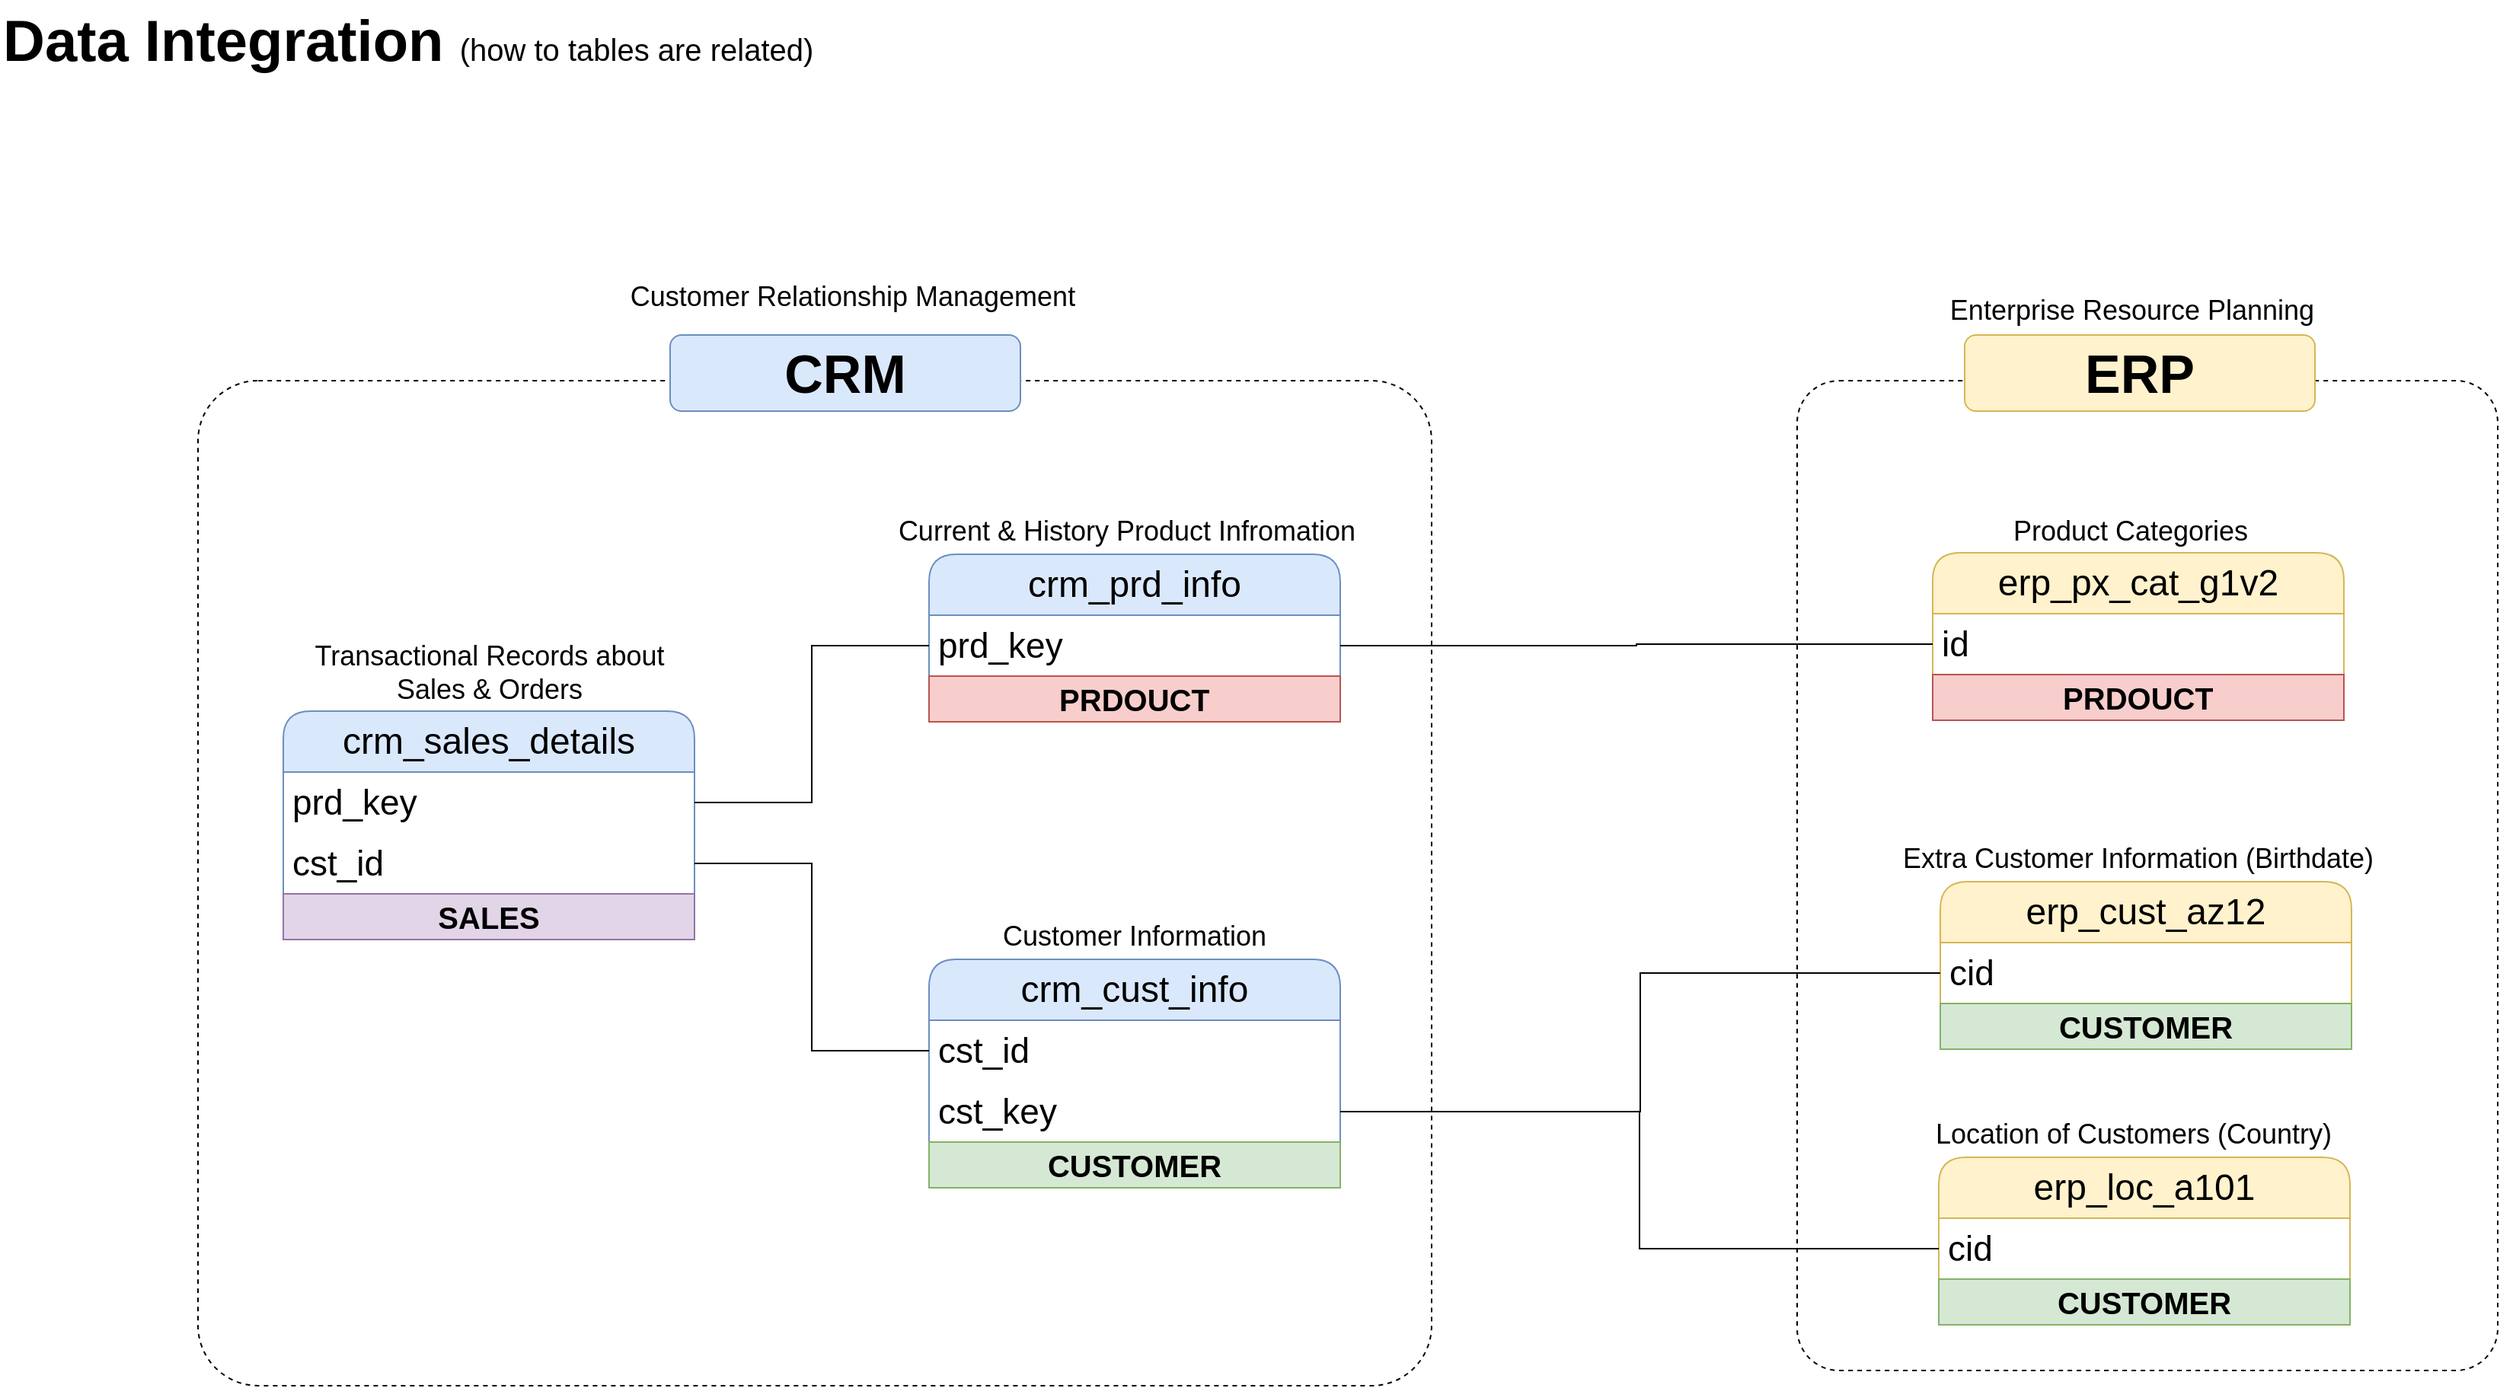
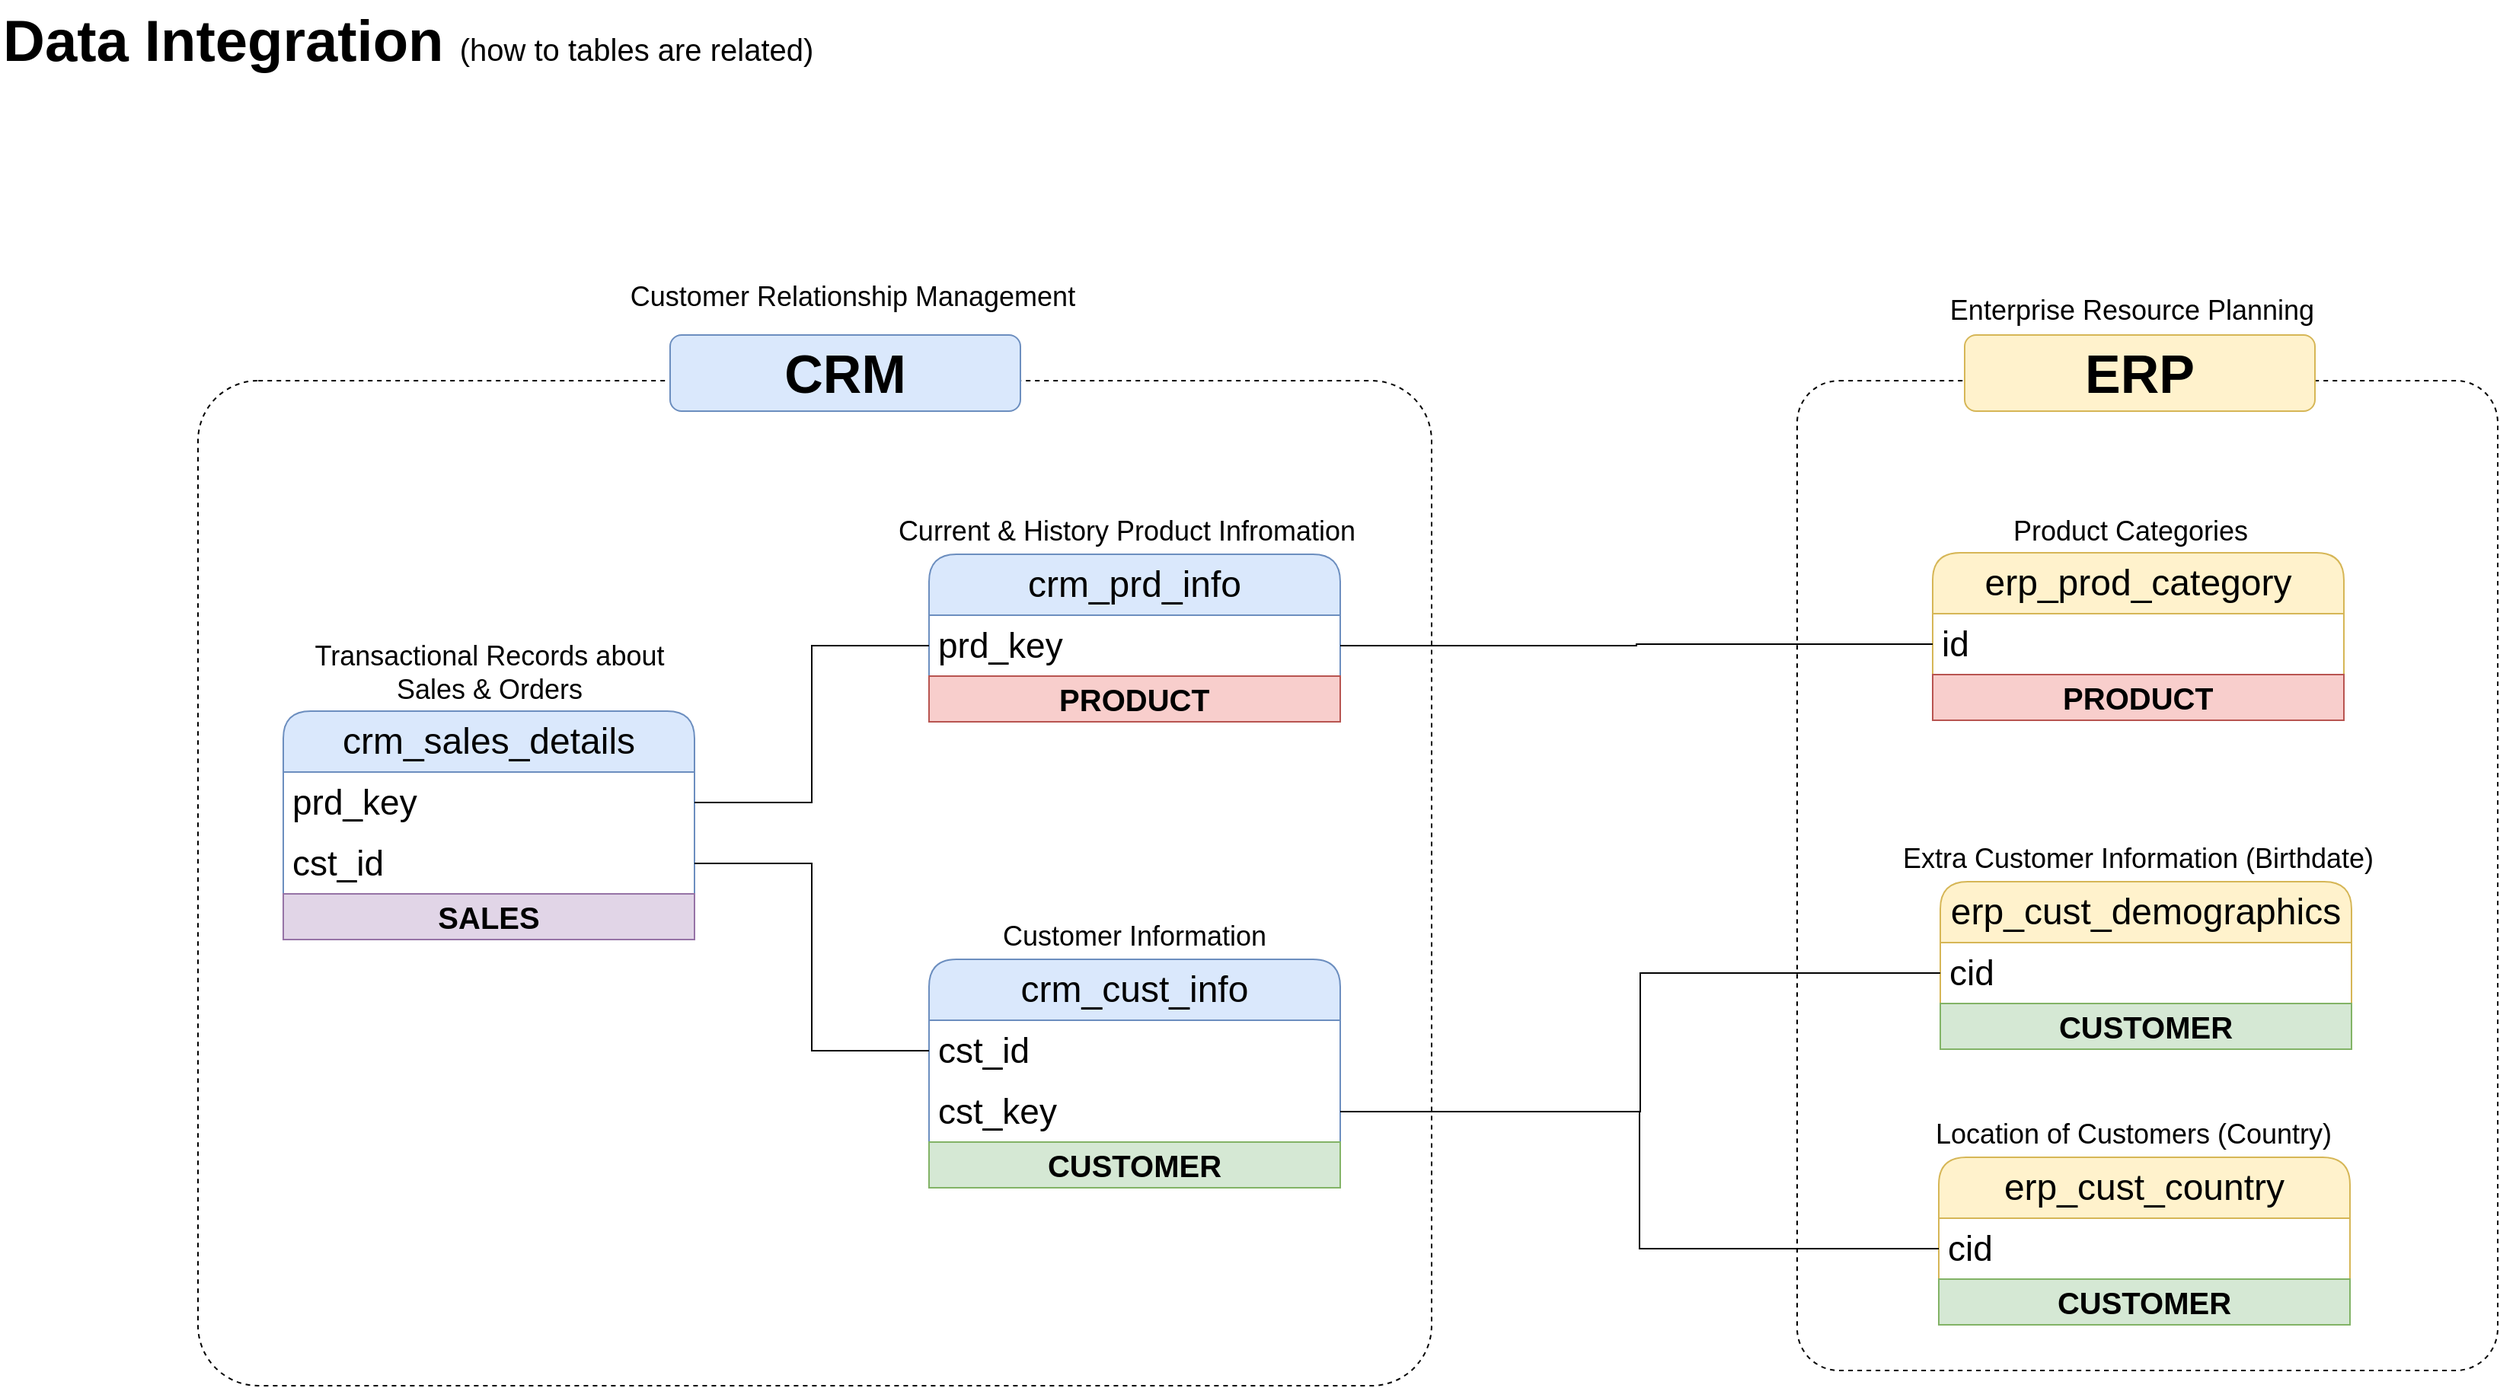
<mxfile host="Electron" modified="2024-12-30T07:18:54.594Z" agent="Mozilla/5.0 (Windows NT 10.0; Win64; x64) AppleWebKit/537.36 (KHTML, like Gecko) draw.io/23.0.2 Chrome/120.0.6099.109 Electron/28.1.0 Safari/537.36" etag="FEd4E7jjBxaI64wwpcui" version="23.0.2" type="device">
  <diagram name="CRM &amp; ERP" id="hLIjLHAYCb3o381HsihC">
    <mxGraphModel dx="2030" dy="2389" grid="1" gridSize="10" guides="1" tooltips="1" connect="1" arrows="1" fold="1" page="1" pageScale="1" pageWidth="1920" pageHeight="1200" math="0" shadow="0">
      <root>
        <mxCell id="3UP7FawPSVQ9M-GqKKiO-0" />
        <mxCell id="3UP7FawPSVQ9M-GqKKiO-1" parent="3UP7FawPSVQ9M-GqKKiO-0" />
        <mxCell id="gd-LYYQTuDr1hK2L6fpe-44" value="" style="rounded=1;whiteSpace=wrap;html=1;arcSize=6;fillColor=none;dashed=1;" parent="3UP7FawPSVQ9M-GqKKiO-1" vertex="1">
          <mxGeometry x="160" y="-910" width="810" height="660" as="geometry" />
        </mxCell>
        <mxCell id="gd-LYYQTuDr1hK2L6fpe-46" value="" style="rounded=1;whiteSpace=wrap;html=1;arcSize=6;fillColor=none;dashed=1;" parent="3UP7FawPSVQ9M-GqKKiO-1" vertex="1">
          <mxGeometry x="1210" y="-910" width="460" height="650" as="geometry" />
        </mxCell>
        <mxCell id="3UP7FawPSVQ9M-GqKKiO-40" value="&lt;font style=&quot;&quot;&gt;&lt;b&gt;Data Integration&amp;nbsp;&lt;/b&gt;&lt;font style=&quot;font-size: 20px;&quot;&gt;(how to tables are related)&lt;/font&gt;&lt;br style=&quot;font-size: 38px;&quot;&gt;&lt;/font&gt;" style="text;html=1;strokeColor=none;fillColor=none;align=left;verticalAlign=middle;whiteSpace=wrap;rounded=1;fontSize=38;fontFamily=Helvetica;" parent="3UP7FawPSVQ9M-GqKKiO-1" vertex="1">
          <mxGeometry x="30" y="-1160" width="770" height="54" as="geometry" />
        </mxCell>
        <mxCell id="gd-LYYQTuDr1hK2L6fpe-4" value="crm_cust_info" style="swimlane;fontStyle=0;childLayout=stackLayout;horizontal=1;startSize=40;horizontalStack=0;resizeParent=1;resizeParentMax=0;resizeLast=0;collapsible=1;marginBottom=0;whiteSpace=wrap;html=1;rounded=1;fillColor=#dae8fc;strokeColor=#6c8ebf;fontSize=24;" parent="3UP7FawPSVQ9M-GqKKiO-1" vertex="1">
          <mxGeometry x="640" y="-530" width="270" height="150" as="geometry" />
        </mxCell>
        <mxCell id="gd-LYYQTuDr1hK2L6fpe-5" value="cst_id" style="text;strokeColor=none;fillColor=none;align=left;verticalAlign=middle;spacingLeft=4;spacingRight=4;overflow=hidden;points=[[0,0.5],[1,0.5]];portConstraint=eastwest;rotatable=0;whiteSpace=wrap;html=1;fontSize=23;" parent="gd-LYYQTuDr1hK2L6fpe-4" vertex="1">
          <mxGeometry y="40" width="270" height="40" as="geometry" />
        </mxCell>
        <mxCell id="gd-LYYQTuDr1hK2L6fpe-27" value="cst_key" style="text;strokeColor=none;fillColor=none;align=left;verticalAlign=middle;spacingLeft=4;spacingRight=4;overflow=hidden;points=[[0,0.5],[1,0.5]];portConstraint=eastwest;rotatable=0;whiteSpace=wrap;html=1;fontSize=23;" parent="gd-LYYQTuDr1hK2L6fpe-4" vertex="1">
          <mxGeometry y="80" width="270" height="40" as="geometry" />
        </mxCell>
        <mxCell id="bEobllu9cBh29OJUA82D-7" value="CUSTOMER" style="text;html=1;strokeColor=#82b366;fillColor=#d5e8d4;align=center;verticalAlign=middle;whiteSpace=wrap;overflow=hidden;fontSize=20;fontStyle=1" parent="gd-LYYQTuDr1hK2L6fpe-4" vertex="1">
          <mxGeometry y="120" width="270" height="30" as="geometry" />
        </mxCell>
        <mxCell id="gd-LYYQTuDr1hK2L6fpe-8" value="&lt;font style=&quot;font-size: 18px;&quot;&gt;Customer Information&lt;/font&gt;" style="text;html=1;strokeColor=none;fillColor=none;align=center;verticalAlign=middle;whiteSpace=wrap;rounded=0;fontSize=18;" parent="3UP7FawPSVQ9M-GqKKiO-1" vertex="1">
          <mxGeometry x="645" y="-560" width="260" height="30" as="geometry" />
        </mxCell>
        <mxCell id="gd-LYYQTuDr1hK2L6fpe-9" value="crm_prd_info" style="swimlane;fontStyle=0;childLayout=stackLayout;horizontal=1;startSize=40;horizontalStack=0;resizeParent=1;resizeParentMax=0;resizeLast=0;collapsible=1;marginBottom=0;whiteSpace=wrap;html=1;rounded=1;fillColor=#dae8fc;strokeColor=#6c8ebf;fontSize=24;" parent="3UP7FawPSVQ9M-GqKKiO-1" vertex="1">
          <mxGeometry x="640" y="-796" width="270" height="110" as="geometry" />
        </mxCell>
        <mxCell id="gd-LYYQTuDr1hK2L6fpe-10" value="prd_key" style="text;strokeColor=none;fillColor=none;align=left;verticalAlign=middle;spacingLeft=4;spacingRight=4;overflow=hidden;points=[[0,0.5],[1,0.5]];portConstraint=eastwest;rotatable=0;whiteSpace=wrap;html=1;fontSize=23;" parent="gd-LYYQTuDr1hK2L6fpe-9" vertex="1">
          <mxGeometry y="40" width="270" height="40" as="geometry" />
        </mxCell>
-         <mxCell id="bEobllu9cBh29OJUA82D-4" value="PRDOUCT" style="text;html=1;strokeColor=#b85450;fillColor=#f8cecc;align=center;verticalAlign=middle;whiteSpace=wrap;overflow=hidden;fontSize=20;fontStyle=1" parent="gd-LYYQTuDr1hK2L6fpe-9" vertex="1">
+         <mxCell id="bEobllu9cBh29OJUA82D-4" value="PRODUCT" style="text;html=1;strokeColor=#b85450;fillColor=#f8cecc;align=center;verticalAlign=middle;whiteSpace=wrap;overflow=hidden;fontSize=20;fontStyle=1" parent="gd-LYYQTuDr1hK2L6fpe-9" vertex="1">
          <mxGeometry y="80" width="270" height="30" as="geometry" />
        </mxCell>
        <mxCell id="gd-LYYQTuDr1hK2L6fpe-11" value="&lt;font style=&quot;font-size: 18px;&quot;&gt;Current &amp;amp; History Product Infromation&lt;/font&gt;" style="text;html=1;strokeColor=none;fillColor=none;align=center;verticalAlign=middle;whiteSpace=wrap;rounded=0;fontSize=18;" parent="3UP7FawPSVQ9M-GqKKiO-1" vertex="1">
          <mxGeometry x="590" y="-826" width="360" height="30" as="geometry" />
        </mxCell>
        <mxCell id="gd-LYYQTuDr1hK2L6fpe-15" value="crm_sales_details" style="swimlane;fontStyle=0;childLayout=stackLayout;horizontal=1;startSize=40;horizontalStack=0;resizeParent=1;resizeParentMax=0;resizeLast=0;collapsible=1;marginBottom=0;whiteSpace=wrap;html=1;rounded=1;fillColor=#dae8fc;strokeColor=#6c8ebf;fontSize=24;" parent="3UP7FawPSVQ9M-GqKKiO-1" vertex="1">
          <mxGeometry x="216" y="-693" width="270" height="150" as="geometry" />
        </mxCell>
        <mxCell id="gd-LYYQTuDr1hK2L6fpe-16" value="prd_key" style="text;strokeColor=none;fillColor=none;align=left;verticalAlign=middle;spacingLeft=4;spacingRight=4;overflow=hidden;points=[[0,0.5],[1,0.5]];portConstraint=eastwest;rotatable=0;whiteSpace=wrap;html=1;fontSize=23;" parent="gd-LYYQTuDr1hK2L6fpe-15" vertex="1">
          <mxGeometry y="40" width="270" height="40" as="geometry" />
        </mxCell>
        <mxCell id="gd-LYYQTuDr1hK2L6fpe-20" value="cst_id" style="text;strokeColor=none;fillColor=none;align=left;verticalAlign=middle;spacingLeft=4;spacingRight=4;overflow=hidden;points=[[0,0.5],[1,0.5]];portConstraint=eastwest;rotatable=0;whiteSpace=wrap;html=1;fontSize=23;" parent="gd-LYYQTuDr1hK2L6fpe-15" vertex="1">
          <mxGeometry y="80" width="270" height="40" as="geometry" />
        </mxCell>
        <mxCell id="bEobllu9cBh29OJUA82D-11" value="SALES" style="text;html=1;strokeColor=#9673a6;fillColor=#e1d5e7;align=center;verticalAlign=middle;whiteSpace=wrap;overflow=hidden;fontSize=20;fontStyle=1" parent="gd-LYYQTuDr1hK2L6fpe-15" vertex="1">
          <mxGeometry y="120" width="270" height="30" as="geometry" />
        </mxCell>
        <mxCell id="gd-LYYQTuDr1hK2L6fpe-17" value="&lt;font style=&quot;font-size: 18px;&quot;&gt;Transactional Records about Sales &amp;amp; Orders&lt;/font&gt;" style="text;html=1;strokeColor=none;fillColor=none;align=center;verticalAlign=middle;whiteSpace=wrap;rounded=0;fontSize=18;" parent="3UP7FawPSVQ9M-GqKKiO-1" vertex="1">
          <mxGeometry x="218.5" y="-733" width="265" height="30" as="geometry" />
        </mxCell>
        <mxCell id="gd-LYYQTuDr1hK2L6fpe-22" style="edgeStyle=orthogonalEdgeStyle;rounded=0;orthogonalLoop=1;jettySize=auto;html=1;entryX=0;entryY=0.5;entryDx=0;entryDy=0;endArrow=none;endFill=0;" parent="3UP7FawPSVQ9M-GqKKiO-1" source="gd-LYYQTuDr1hK2L6fpe-20" target="gd-LYYQTuDr1hK2L6fpe-5" edge="1">
          <mxGeometry relative="1" as="geometry" />
        </mxCell>
        <mxCell id="gd-LYYQTuDr1hK2L6fpe-23" style="edgeStyle=orthogonalEdgeStyle;rounded=0;orthogonalLoop=1;jettySize=auto;html=1;entryX=0;entryY=0.5;entryDx=0;entryDy=0;endArrow=none;endFill=0;" parent="3UP7FawPSVQ9M-GqKKiO-1" source="gd-LYYQTuDr1hK2L6fpe-16" target="gd-LYYQTuDr1hK2L6fpe-10" edge="1">
          <mxGeometry relative="1" as="geometry">
            <mxPoint x="530" y="-660" as="sourcePoint" />
          </mxGeometry>
        </mxCell>
-         <mxCell id="gd-LYYQTuDr1hK2L6fpe-24" value="erp_cust_az12" style="swimlane;fontStyle=0;childLayout=stackLayout;horizontal=1;startSize=40;horizontalStack=0;resizeParent=1;resizeParentMax=0;resizeLast=0;collapsible=1;marginBottom=0;whiteSpace=wrap;html=1;rounded=1;fillColor=#fff2cc;strokeColor=#d6b656;fontSize=24;" parent="3UP7FawPSVQ9M-GqKKiO-1" vertex="1">
+         <mxCell id="gd-LYYQTuDr1hK2L6fpe-24" value="erp_cust_demographics" style="swimlane;fontStyle=0;childLayout=stackLayout;horizontal=1;startSize=40;horizontalStack=0;resizeParent=1;resizeParentMax=0;resizeLast=0;collapsible=1;marginBottom=0;whiteSpace=wrap;html=1;rounded=1;fillColor=#fff2cc;strokeColor=#d6b656;fontSize=24;" parent="3UP7FawPSVQ9M-GqKKiO-1" vertex="1">
          <mxGeometry x="1304" y="-581" width="270" height="110" as="geometry" />
        </mxCell>
        <mxCell id="gd-LYYQTuDr1hK2L6fpe-25" value="cid" style="text;strokeColor=none;fillColor=none;align=left;verticalAlign=middle;spacingLeft=4;spacingRight=4;overflow=hidden;points=[[0,0.5],[1,0.5]];portConstraint=eastwest;rotatable=0;whiteSpace=wrap;html=1;fontSize=23;" parent="gd-LYYQTuDr1hK2L6fpe-24" vertex="1">
          <mxGeometry y="40" width="270" height="40" as="geometry" />
        </mxCell>
        <mxCell id="bEobllu9cBh29OJUA82D-9" value="CUSTOMER" style="text;html=1;strokeColor=#82b366;fillColor=#d5e8d4;align=center;verticalAlign=middle;whiteSpace=wrap;overflow=hidden;fontSize=20;fontStyle=1" parent="gd-LYYQTuDr1hK2L6fpe-24" vertex="1">
          <mxGeometry y="80" width="270" height="30" as="geometry" />
        </mxCell>
        <mxCell id="gd-LYYQTuDr1hK2L6fpe-26" value="&lt;font style=&quot;font-size: 18px;&quot;&gt;Extra Customer Information (Birthdate)&lt;/font&gt;" style="text;html=1;strokeColor=none;fillColor=none;align=center;verticalAlign=middle;whiteSpace=wrap;rounded=0;fontSize=18;" parent="3UP7FawPSVQ9M-GqKKiO-1" vertex="1">
          <mxGeometry x="1254" y="-611" width="360" height="30" as="geometry" />
        </mxCell>
-         <mxCell id="gd-LYYQTuDr1hK2L6fpe-35" value="erp_loc_a101" style="swimlane;fontStyle=0;childLayout=stackLayout;horizontal=1;startSize=40;horizontalStack=0;resizeParent=1;resizeParentMax=0;resizeLast=0;collapsible=1;marginBottom=0;whiteSpace=wrap;html=1;rounded=1;fillColor=#fff2cc;strokeColor=#d6b656;fontSize=24;" parent="3UP7FawPSVQ9M-GqKKiO-1" vertex="1">
+         <mxCell id="gd-LYYQTuDr1hK2L6fpe-35" value="erp_cust_country" style="swimlane;fontStyle=0;childLayout=stackLayout;horizontal=1;startSize=40;horizontalStack=0;resizeParent=1;resizeParentMax=0;resizeLast=0;collapsible=1;marginBottom=0;whiteSpace=wrap;html=1;rounded=1;fillColor=#fff2cc;strokeColor=#d6b656;fontSize=24;" parent="3UP7FawPSVQ9M-GqKKiO-1" vertex="1">
          <mxGeometry x="1303" y="-400" width="270" height="110" as="geometry" />
        </mxCell>
        <mxCell id="gd-LYYQTuDr1hK2L6fpe-36" value="cid" style="text;strokeColor=none;fillColor=none;align=left;verticalAlign=middle;spacingLeft=4;spacingRight=4;overflow=hidden;points=[[0,0.5],[1,0.5]];portConstraint=eastwest;rotatable=0;whiteSpace=wrap;html=1;fontSize=23;" parent="gd-LYYQTuDr1hK2L6fpe-35" vertex="1">
          <mxGeometry y="40" width="270" height="40" as="geometry" />
        </mxCell>
        <mxCell id="bEobllu9cBh29OJUA82D-10" value="CUSTOMER" style="text;html=1;strokeColor=#82b366;fillColor=#d5e8d4;align=center;verticalAlign=middle;whiteSpace=wrap;overflow=hidden;fontSize=20;fontStyle=1" parent="gd-LYYQTuDr1hK2L6fpe-35" vertex="1">
          <mxGeometry y="80" width="270" height="30" as="geometry" />
        </mxCell>
        <mxCell id="gd-LYYQTuDr1hK2L6fpe-37" value="&lt;font style=&quot;font-size: 18px;&quot;&gt;Location of Customers (Country)&lt;/font&gt;" style="text;html=1;strokeColor=none;fillColor=none;align=center;verticalAlign=middle;whiteSpace=wrap;rounded=0;fontSize=18;" parent="3UP7FawPSVQ9M-GqKKiO-1" vertex="1">
          <mxGeometry x="1251" y="-430" width="360" height="30" as="geometry" />
        </mxCell>
-         <mxCell id="gd-LYYQTuDr1hK2L6fpe-40" value="erp_px_cat_g1v2" style="swimlane;fontStyle=0;childLayout=stackLayout;horizontal=1;startSize=40;horizontalStack=0;resizeParent=1;resizeParentMax=0;resizeLast=0;collapsible=1;marginBottom=0;whiteSpace=wrap;html=1;rounded=1;fillColor=#fff2cc;strokeColor=#d6b656;fontSize=24;" parent="3UP7FawPSVQ9M-GqKKiO-1" vertex="1">
+         <mxCell id="gd-LYYQTuDr1hK2L6fpe-40" value="erp_prod_category" style="swimlane;fontStyle=0;childLayout=stackLayout;horizontal=1;startSize=40;horizontalStack=0;resizeParent=1;resizeParentMax=0;resizeLast=0;collapsible=1;marginBottom=0;whiteSpace=wrap;html=1;rounded=1;fillColor=#fff2cc;strokeColor=#d6b656;fontSize=24;" parent="3UP7FawPSVQ9M-GqKKiO-1" vertex="1">
          <mxGeometry x="1299" y="-797" width="270" height="110" as="geometry" />
        </mxCell>
        <mxCell id="gd-LYYQTuDr1hK2L6fpe-41" value="id" style="text;strokeColor=none;fillColor=none;align=left;verticalAlign=middle;spacingLeft=4;spacingRight=4;overflow=hidden;points=[[0,0.5],[1,0.5]];portConstraint=eastwest;rotatable=0;whiteSpace=wrap;html=1;fontSize=23;" parent="gd-LYYQTuDr1hK2L6fpe-40" vertex="1">
          <mxGeometry y="40" width="270" height="40" as="geometry" />
        </mxCell>
-         <mxCell id="bEobllu9cBh29OJUA82D-6" value="PRDOUCT" style="text;html=1;strokeColor=#b85450;fillColor=#f8cecc;align=center;verticalAlign=middle;whiteSpace=wrap;overflow=hidden;fontSize=20;fontStyle=1" parent="gd-LYYQTuDr1hK2L6fpe-40" vertex="1">
+         <mxCell id="bEobllu9cBh29OJUA82D-6" value="PRODUCT" style="text;html=1;strokeColor=#b85450;fillColor=#f8cecc;align=center;verticalAlign=middle;whiteSpace=wrap;overflow=hidden;fontSize=20;fontStyle=1" parent="gd-LYYQTuDr1hK2L6fpe-40" vertex="1">
          <mxGeometry y="80" width="270" height="30" as="geometry" />
        </mxCell>
        <mxCell id="gd-LYYQTuDr1hK2L6fpe-42" value="&lt;font style=&quot;font-size: 18px;&quot;&gt;Product Categories&lt;/font&gt;" style="text;html=1;strokeColor=none;fillColor=none;align=center;verticalAlign=middle;whiteSpace=wrap;rounded=0;fontSize=18;" parent="3UP7FawPSVQ9M-GqKKiO-1" vertex="1">
          <mxGeometry x="1249" y="-826" width="360" height="30" as="geometry" />
        </mxCell>
        <mxCell id="gd-LYYQTuDr1hK2L6fpe-43" style="edgeStyle=orthogonalEdgeStyle;rounded=0;orthogonalLoop=1;jettySize=auto;html=1;entryX=1;entryY=0.5;entryDx=0;entryDy=0;endArrow=none;endFill=0;" parent="3UP7FawPSVQ9M-GqKKiO-1" source="gd-LYYQTuDr1hK2L6fpe-41" target="gd-LYYQTuDr1hK2L6fpe-10" edge="1">
          <mxGeometry relative="1" as="geometry" />
        </mxCell>
        <mxCell id="gd-LYYQTuDr1hK2L6fpe-45" value="&lt;font style=&quot;font-size: 35px;&quot;&gt;&lt;b&gt;CRM&lt;/b&gt;&lt;/font&gt;" style="rounded=1;whiteSpace=wrap;html=1;fillColor=#dae8fc;strokeColor=#6c8ebf;" parent="3UP7FawPSVQ9M-GqKKiO-1" vertex="1">
          <mxGeometry x="470" y="-940" width="230" height="50" as="geometry" />
        </mxCell>
        <mxCell id="gd-LYYQTuDr1hK2L6fpe-47" value="&lt;font style=&quot;font-size: 35px;&quot;&gt;&lt;b&gt;ERP&lt;/b&gt;&lt;/font&gt;" style="rounded=1;whiteSpace=wrap;html=1;fillColor=#fff2cc;strokeColor=#d6b656;" parent="3UP7FawPSVQ9M-GqKKiO-1" vertex="1">
          <mxGeometry x="1320" y="-940" width="230" height="50" as="geometry" />
        </mxCell>
        <mxCell id="gd-LYYQTuDr1hK2L6fpe-48" style="edgeStyle=orthogonalEdgeStyle;rounded=0;orthogonalLoop=1;jettySize=auto;html=1;entryX=1;entryY=0.5;entryDx=0;entryDy=0;endArrow=none;endFill=0;" parent="3UP7FawPSVQ9M-GqKKiO-1" source="gd-LYYQTuDr1hK2L6fpe-36" target="gd-LYYQTuDr1hK2L6fpe-27" edge="1">
          <mxGeometry relative="1" as="geometry" />
        </mxCell>
        <mxCell id="gd-LYYQTuDr1hK2L6fpe-49" style="edgeStyle=orthogonalEdgeStyle;rounded=0;orthogonalLoop=1;jettySize=auto;html=1;entryX=1;entryY=0.5;entryDx=0;entryDy=0;endArrow=none;endFill=0;" parent="3UP7FawPSVQ9M-GqKKiO-1" source="gd-LYYQTuDr1hK2L6fpe-25" target="gd-LYYQTuDr1hK2L6fpe-27" edge="1">
          <mxGeometry relative="1" as="geometry" />
        </mxCell>
        <mxCell id="ewpIsNDN0GunfStNLF3E-1" value="&lt;font style=&quot;font-size: 18px;&quot;&gt;Customer Relationship Management&lt;/font&gt;" style="text;html=1;strokeColor=none;fillColor=none;align=center;verticalAlign=middle;whiteSpace=wrap;rounded=0;fontSize=18;" vertex="1" parent="3UP7FawPSVQ9M-GqKKiO-1">
          <mxGeometry x="410" y="-980" width="360" height="30" as="geometry" />
        </mxCell>
        <mxCell id="ewpIsNDN0GunfStNLF3E-2" value="&lt;font style=&quot;font-size: 18px;&quot;&gt;Enterprise Resource Planning&lt;/font&gt;" style="text;html=1;strokeColor=none;fillColor=none;align=center;verticalAlign=middle;whiteSpace=wrap;rounded=0;fontSize=18;" vertex="1" parent="3UP7FawPSVQ9M-GqKKiO-1">
          <mxGeometry x="1250" y="-971" width="360" height="30" as="geometry" />
        </mxCell>
      </root>
    </mxGraphModel>
  </diagram>
</mxfile>
